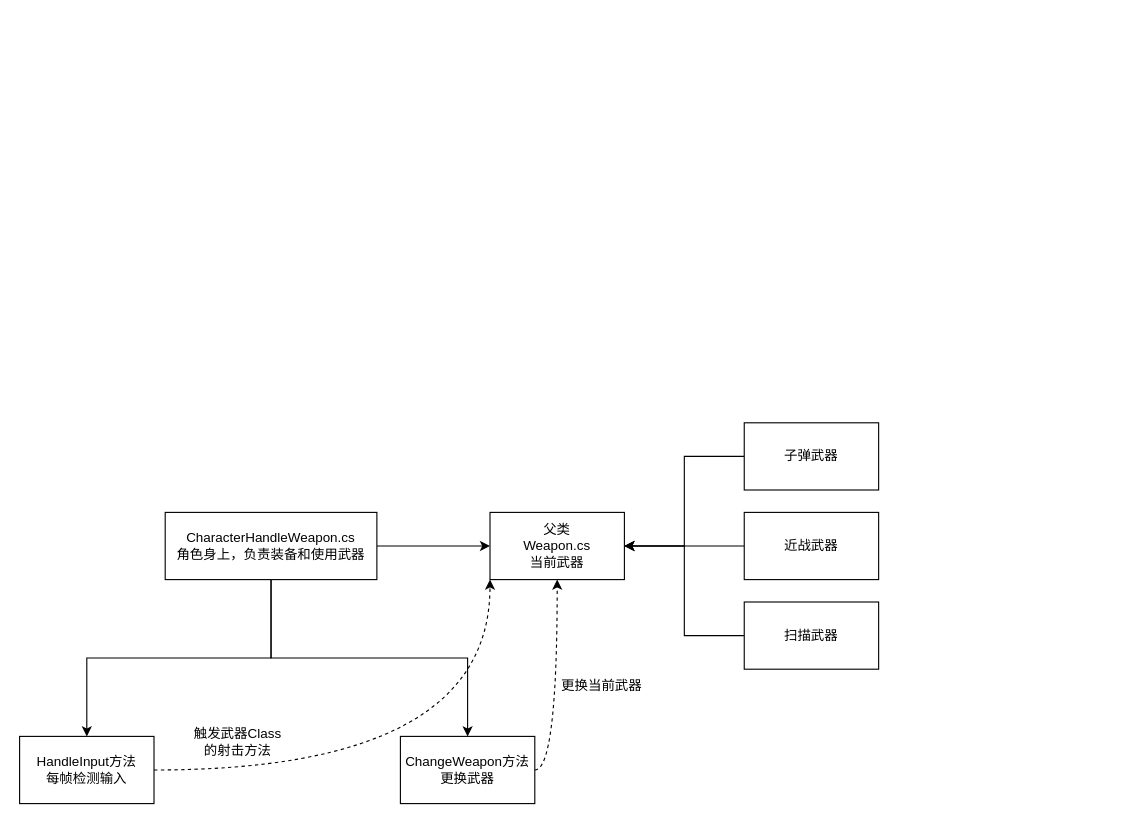
The draw.io diagram page "武器系统" (5 of 7) of StartFramework.drawio in sass00n1/StartFramework, before the edit. Source tidied: cells renumbered, new cells numbered last; positions are measured from the earlier drawing's top-left corner, leaving out a move shared by most shapes. Both pictures are drawn from the tidied source at 112%, with x=0, y=0 at pixel (19, 422).
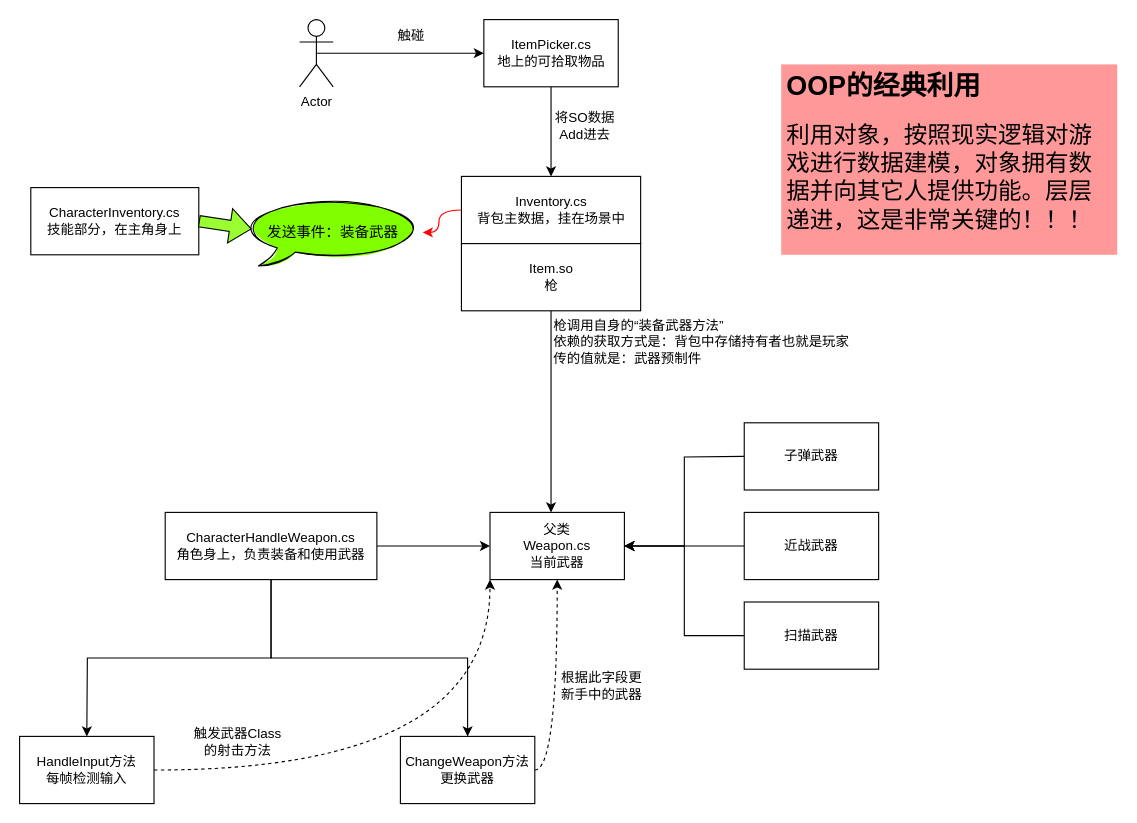
The same page after the edit.

The change refers to these unchanged cells:
```xml
<mxCell id="5" value="&lt;div&gt;CharacterHandleWeapon.cs&lt;/div&gt;&lt;div&gt;角色身上，负责装备和使用武器&lt;br&gt;&lt;/div&gt;" style="rounded=0;whiteSpace=wrap;html=1;" parent="1" vertex="1">
  <mxGeometry x="130" y="80" width="189" height="60" as="geometry" />
</mxCell>
<mxCell id="6" value="&lt;div&gt;父类&lt;br&gt;&lt;/div&gt;&lt;div&gt;Weapon.cs&lt;/div&gt;&lt;div&gt;当前武器&lt;br&gt;&lt;/div&gt;" style="rounded=0;whiteSpace=wrap;html=1;" parent="1" vertex="1">
  <mxGeometry x="420" y="80" width="120" height="60" as="geometry" />
</mxCell>
<mxCell id="10" value="&lt;div&gt;HandleInput方法&lt;/div&gt;&lt;div&gt;每帧检测输入&lt;br&gt;&lt;/div&gt;" style="rounded=0;whiteSpace=wrap;html=1;" parent="1" vertex="1">
  <mxGeometry y="280" width="120" height="60" as="geometry" />
</mxCell>
<mxCell id="14" value="子弹武器" style="rounded=0;whiteSpace=wrap;html=1;" parent="1" vertex="1">
  <mxGeometry x="647" width="120" height="60" as="geometry" />
</mxCell>
```

Diff of the diagram source:
```diff
@@
-    <mxCell id="3" style="edgeStyle=orthogonalEdgeStyle;rounded=0;jettySize=auto;html=1;exitX=0.5;exitY=1;exitDx=0;exitDy=0;" parent="1" edge="1" source="5" target="10">
-      <mxGeometry relative="1" as="geometry" />
+    <mxCell id="3" style="edgeStyle=orthogonalEdgeStyle;rounded=0;jettySize=auto;html=1;exitX=0.5;exitY=1;exitDx=0;exitDy=0;" parent="1" edge="1" source="5">
+      <mxGeometry relative="1" as="geometry">
+        <mxPoint x="60" y="280" as="targetPoint" />
+      </mxGeometry>
     </mxCell>
@@
-    <mxCell id="9" style="edgeStyle=orthogonalEdgeStyle;curved=1;jettySize=auto;html=1;exitX=1;exitY=0.5;exitDx=0;exitDy=0;entryX=0;entryY=1;entryDx=0;entryDy=0;dashed=1;" parent="1" edge="1" source="10" target="6">
-      <mxGeometry relative="1" as="geometry" />
+    <mxCell id="9" style="edgeStyle=orthogonalEdgeStyle;curved=1;jettySize=auto;html=1;exitX=1;exitY=0.5;exitDx=0;exitDy=0;entryX=0;entryY=1;entryDx=0;entryDy=0;dashed=1;" parent="1" edge="1" target="6">
+      <mxGeometry relative="1" as="geometry">
+        <mxPoint x="120" y="310" as="sourcePoint" />
+      </mxGeometry>
     </mxCell>
@@
-    <mxCell id="11" value="更换当前武器" style="text;html=1;strokeColor=none;fillColor=none;align=center;verticalAlign=middle;whiteSpace=wrap;rounded=0;" parent="1" vertex="1">
+    <mxCell id="11" value="根据此字段更新手中的武器" style="text;html=1;strokeColor=none;fillColor=none;align=center;verticalAlign=middle;whiteSpace=wrap;rounded=0;" parent="1" vertex="1">
       <mxGeometry x="480" y="220" width="80" height="30" as="geometry" />
     </mxCell>
@@
-    <mxCell id="13" style="edgeStyle=orthogonalEdgeStyle;jettySize=auto;html=1;exitX=0;exitY=0.5;exitDx=0;exitDy=0;entryX=1;entryY=0.5;entryDx=0;entryDy=0;rounded=0;" parent="1" edge="1" source="14" target="6">
-      <mxGeometry relative="1" as="geometry" />
+    <mxCell id="13" style="edgeStyle=orthogonalEdgeStyle;jettySize=auto;html=1;exitX=0;exitY=0.5;exitDx=0;exitDy=0;entryX=1;entryY=0.5;entryDx=0;entryDy=0;rounded=0;" parent="1" edge="1" target="6">
+      <mxGeometry relative="1" as="geometry">
+        <mxPoint x="647" y="30" as="sourcePoint" />
+      </mxGeometry>
     </mxCell>
@@
+    <mxCell id="19" style="edgeStyle=orthogonalEdgeStyle;rounded=0;jettySize=auto;html=1;exitX=0.5;exitY=1;exitDx=0;exitDy=0;fontColor=#000000;" parent="1" edge="1" source="20" target="24">
+      <mxGeometry relative="1" as="geometry" />
+    </mxCell>
+    <mxCell id="20" value="&lt;div&gt;ItemPicker.cs&lt;br&gt;&lt;/div&gt;&lt;div&gt;地上的可拾取物品&lt;/div&gt;" style="rounded=0;whiteSpace=wrap;html=1;fontColor=#000000;fillColor=#FFFFFF;" parent="1" vertex="1">
+      <mxGeometry x="414.5" y="-360" width="120" height="60" as="geometry" />
+    </mxCell>
+    <mxCell id="21" style="edgeStyle=orthogonalEdgeStyle;rounded=0;jettySize=auto;html=1;exitX=0.5;exitY=0.5;exitDx=0;exitDy=0;exitPerimeter=0;entryX=0;entryY=0.5;entryDx=0;entryDy=0;fontColor=#000000;" parent="1" edge="1" source="22" target="20">
+      <mxGeometry relative="1" as="geometry" />
+    </mxCell>
+    <mxCell id="22" value="Actor" style="shape=umlActor;verticalLabelPosition=bottom;verticalAlign=top;html=1;outlineConnect=0;fontColor=#000000;fillColor=#FFFFFF;" parent="1" vertex="1">
+      <mxGeometry x="250" y="-360" width="30" height="60" as="geometry" />
+    </mxCell>
+    <mxCell id="23" style="edgeStyle=orthogonalEdgeStyle;jettySize=auto;html=1;exitX=0;exitY=0.5;exitDx=0;exitDy=0;fontColor=#000000;fillColor=#99FF33;curved=1;strokeColor=#FF0000;labelBorderColor=default;" parent="1" edge="1" source="24" target="29">
+      <mxGeometry relative="1" as="geometry" />
+    </mxCell>
+    <mxCell id="24" value="&lt;div&gt;Inventory.cs&lt;/div&gt;&lt;div&gt;背包主数据，挂在场景中&lt;br&gt;&lt;/div&gt;" style="rounded=0;whiteSpace=wrap;html=1;fontColor=#000000;fillColor=#FFFFFF;" parent="1" vertex="1">
+      <mxGeometry x="394.5" y="-220" width="160" height="60" as="geometry" />
+    </mxCell>
+    <mxCell id="25" value="将SO数据Add进去" style="text;html=1;strokeColor=none;fillColor=none;align=center;verticalAlign=middle;whiteSpace=wrap;rounded=0;fontColor=#000000;" parent="1" vertex="1">
+      <mxGeometry x="474.5" y="-280" width="60" height="30" as="geometry" />
+    </mxCell>
+    <mxCell id="26" value="触碰" style="text;html=1;strokeColor=none;fillColor=none;align=center;verticalAlign=middle;whiteSpace=wrap;rounded=0;fontColor=#000000;" parent="1" vertex="1">
+      <mxGeometry x="320" y="-360" width="60" height="30" as="geometry" />
+    </mxCell>
+    <mxCell id="27" value="&lt;div&gt;CharacterInventory.cs&lt;/div&gt;&lt;div&gt;技能部分，在主角身上&lt;br&gt;&lt;/div&gt;" style="rounded=0;whiteSpace=wrap;html=1;fontColor=#000000;fillColor=#FFFFFF;" parent="1" vertex="1">
+      <mxGeometry x="10" y="-210" width="150" height="60" as="geometry" />
+    </mxCell>
+    <mxCell id="28" style="shape=flexArrow;endArrow=classic;html=1;rounded=0;fontColor=#000000;exitX=1;exitY=0.5;exitDx=0;exitDy=0;fillColor=#99FF33;entryX=0.045;entryY=0.45;entryDx=0;entryDy=0;entryPerimeter=0;" parent="1" edge="1" source="27" target="29">
+      <mxGeometry relative="1" as="geometry" />
+    </mxCell>
+    <mxCell id="29" value="发送事件：装备武器" style="whiteSpace=wrap;html=1;shape=mxgraph.basic.oval_callout;rounded=0;shadow=0;glass=0;sketch=1;fontSize=13;fontColor=#000000;strokeColor=#000000;fillColor=#80FF00;fillStyle=solid;" parent="1" vertex="1">
+      <mxGeometry x="200" y="-200" width="160" height="60" as="geometry" />
+    </mxCell>
+    <mxCell id="30" style="edgeStyle=orthogonalEdgeStyle;rounded=0;jettySize=auto;html=1;exitX=0.5;exitY=1;exitDx=0;exitDy=0;labelBorderColor=default;fontColor=#000000;strokeColor=#000000;fillColor=#99FF33;" parent="1" edge="1" source="31" target="6">
+      <mxGeometry relative="1" as="geometry">
+        <Array as="points">
+          <mxPoint x="475" y="70" />
+          <mxPoint x="475" y="70" />
+        </Array>
+      </mxGeometry>
+    </mxCell>
+    <mxCell id="31" value="&lt;div&gt;Item.so&lt;/div&gt;&lt;div&gt;枪&lt;br&gt;&lt;/div&gt;" style="rounded=0;whiteSpace=wrap;html=1;fontColor=#000000;fillColor=#FFFFFF;" parent="1" vertex="1">
+      <mxGeometry x="394.5" y="-160" width="160" height="60" as="geometry" />
+    </mxCell>
+    <mxCell id="32" value="&lt;div align=&quot;left&quot;&gt;枪调用自身的“装备武器方法”&lt;/div&gt;&lt;div align=&quot;left&quot;&gt;依赖的获取方式是：背包中存储持有者也就是玩家&lt;br&gt;&lt;/div&gt;&lt;div&gt;传的值就是：武器预制件&lt;br&gt;&lt;/div&gt;" style="text;html=1;strokeColor=none;fillColor=none;align=left;verticalAlign=top;whiteSpace=wrap;rounded=0;fontColor=#000000;" parent="1" vertex="1">
+      <mxGeometry x="474.5" y="-100" width="275.5" height="100" as="geometry" />
+    </mxCell>
+    <mxCell id="33" value="&lt;h1&gt;OOP的经典利用&lt;br&gt;&lt;/h1&gt;&lt;p&gt;&lt;font style=&quot;font-size: 21px&quot;&gt;利用对象，按照现实逻辑对游戏进行数据建模，对象拥有数据并向其它人提供功能。层层递进，这是非常关键的！！！&lt;/font&gt;&lt;/p&gt;" style="text;html=1;strokeColor=none;fillColor=#FF9999;spacing=5;spacingTop=-20;whiteSpace=wrap;overflow=hidden;rounded=0;fontColor=#000000;gradientColor=none;" parent="1" vertex="1">
+      <mxGeometry x="680" y="-320" width="300" height="170" as="geometry" />
+    </mxCell>
```
